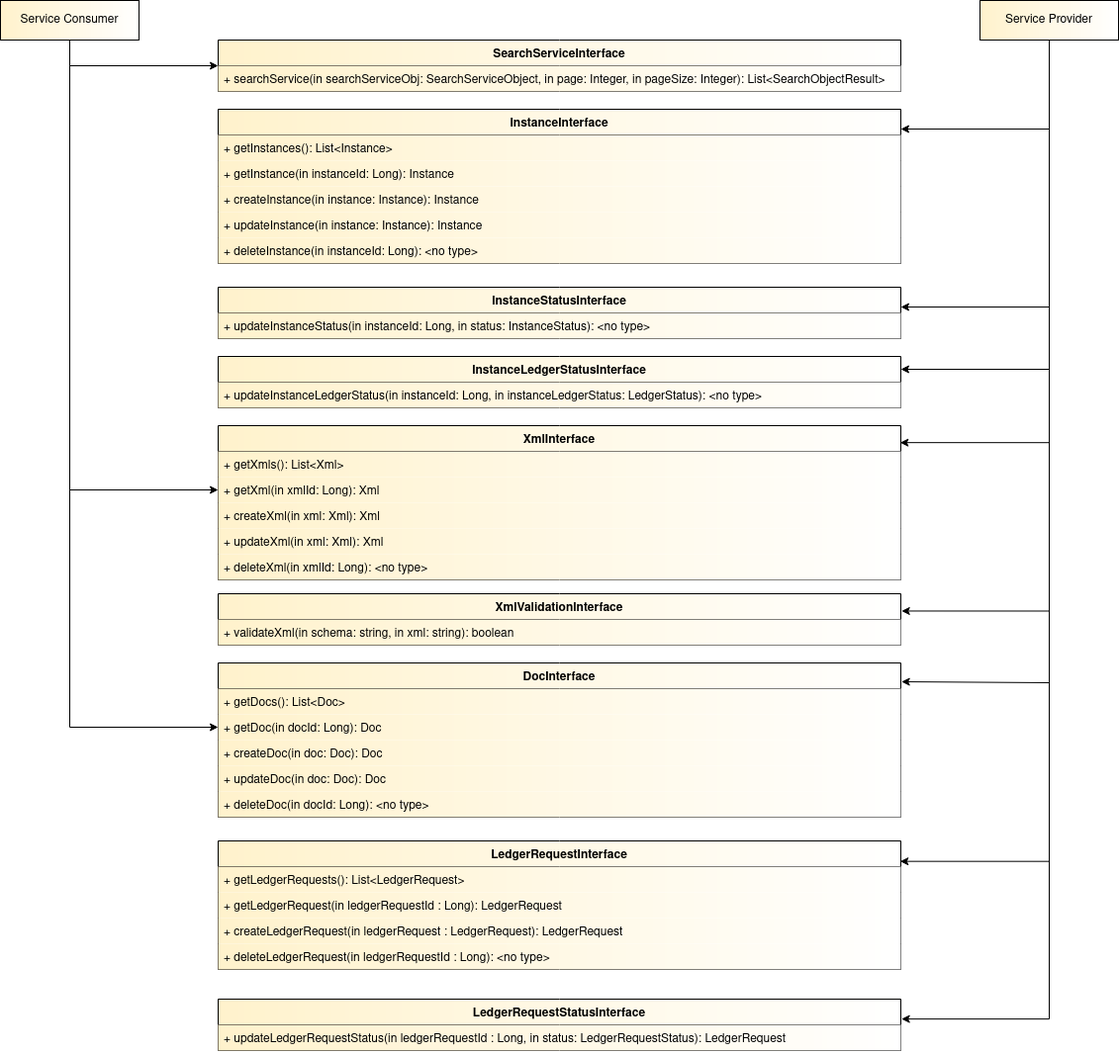
This is materials/interfacedefinitions.png from maritimeconnectivity/g1128-msr-service-specification, a draw.io export, as it was before one commit. Source tidied: cells renumbered, new cells last; positions are measured from the earlier drawing's top-left corner, leaving out a move shared by most shapes. Source of this version:
```xml
<mxGraphModel>
  <root>
    <mxCell id="0" />
    <mxCell id="1" parent="0" />
    <mxCell id="2" value="InstanceInterface" style="swimlane;fontStyle=1;align=center;verticalAlign=top;horizontal=1;startSize=26;rounded=0;glass=0;fillColor=#fff2cc;gradientDirection=east;strokeColor=#000000;gradientColor=#ffffff;" parent="1" vertex="1">
      <mxGeometry x="220" y="110" width="690" height="156" as="geometry" />
    </mxCell>
    <mxCell id="3" value="+ getInstances(): List&lt;Instance&gt;" style="text;strokeColor=none;fillColor=#fff2cc;align=left;verticalAlign=top;spacingLeft=4;spacingRight=4;overflow=hidden;rounded=0;glass=0;gradientColor=#ffffff;gradientDirection=east;strokeWidth=1;" parent="2" vertex="1">
      <mxGeometry y="26" width="690" height="26" as="geometry" />
    </mxCell>
    <mxCell id="4" value="+ getInstance(in instanceId: Long): Instance" style="text;strokeColor=none;fillColor=#fff2cc;align=left;verticalAlign=top;spacingLeft=4;spacingRight=4;overflow=hidden;rounded=0;glass=0;gradientColor=#ffffff;gradientDirection=east;strokeWidth=1;" parent="2" vertex="1">
      <mxGeometry y="52" width="690" height="26" as="geometry" />
    </mxCell>
    <mxCell id="5" value="+ createInstance(in instance: Instance): Instance" style="text;strokeColor=none;fillColor=#fff2cc;align=left;verticalAlign=top;spacingLeft=4;spacingRight=4;overflow=hidden;rounded=0;glass=0;gradientColor=#ffffff;gradientDirection=east;strokeWidth=1;" parent="2" vertex="1">
      <mxGeometry y="78" width="690" height="26" as="geometry" />
    </mxCell>
    <mxCell id="6" value="+ updateInstance(in instance: Instance): Instance" style="text;strokeColor=none;fillColor=#fff2cc;align=left;verticalAlign=top;spacingLeft=4;spacingRight=4;overflow=hidden;rounded=0;glass=0;gradientColor=#ffffff;gradientDirection=east;strokeWidth=1;" parent="2" vertex="1">
      <mxGeometry y="104" width="690" height="26" as="geometry" />
    </mxCell>
    <mxCell id="7" value="+ deleteInstance(in instanceId: Long): &lt;no type&gt;&#10;" style="text;strokeColor=none;fillColor=#fff2cc;align=left;verticalAlign=top;spacingLeft=4;spacingRight=4;overflow=hidden;rounded=0;glass=0;gradientColor=#ffffff;gradientDirection=east;strokeWidth=1;" parent="2" vertex="1">
      <mxGeometry y="130" width="690" height="26" as="geometry" />
    </mxCell>
    <mxCell id="8" value="DocInterface" style="swimlane;fontStyle=1;align=center;verticalAlign=top;horizontal=1;startSize=26;rounded=0;glass=0;fillColor=#fff2cc;gradientDirection=east;strokeColor=#000000;gradientColor=#ffffff;" parent="1" vertex="1">
      <mxGeometry x="220" y="670" width="690" height="156" as="geometry" />
    </mxCell>
    <mxCell id="9" value="+ getDocs(): List&lt;Doc&gt;" style="text;strokeColor=none;fillColor=#fff2cc;align=left;verticalAlign=top;spacingLeft=4;spacingRight=4;overflow=hidden;rounded=0;glass=0;gradientColor=#ffffff;gradientDirection=east;strokeWidth=1;" parent="8" vertex="1">
      <mxGeometry y="26" width="690" height="26" as="geometry" />
    </mxCell>
    <mxCell id="10" value="+ getDoc(in docId: Long): Doc" style="text;strokeColor=none;fillColor=#fff2cc;align=left;verticalAlign=top;spacingLeft=4;spacingRight=4;overflow=hidden;points=[[0,0.5],[1,0.5]];portConstraint=eastwest;rounded=0;glass=0;gradientColor=#ffffff;gradientDirection=east;strokeWidth=1;" parent="8" vertex="1">
      <mxGeometry y="52" width="690" height="26" as="geometry" />
    </mxCell>
    <mxCell id="11" value="+ createDoc(in doc: Doc): Doc" style="text;strokeColor=none;fillColor=#fff2cc;align=left;verticalAlign=top;spacingLeft=4;spacingRight=4;overflow=hidden;rounded=0;glass=0;gradientColor=#ffffff;gradientDirection=east;strokeWidth=1;" parent="8" vertex="1">
      <mxGeometry y="78" width="690" height="26" as="geometry" />
    </mxCell>
    <mxCell id="12" value="+ updateDoc(in doc: Doc): Doc" style="text;strokeColor=none;fillColor=#fff2cc;align=left;verticalAlign=top;spacingLeft=4;spacingRight=4;overflow=hidden;rounded=0;glass=0;gradientColor=#ffffff;gradientDirection=east;strokeWidth=1;" parent="8" vertex="1">
      <mxGeometry y="104" width="690" height="26" as="geometry" />
    </mxCell>
    <mxCell id="13" value="+ deleteDoc(in docId: Long): &lt;no type&gt;&#10;" style="text;strokeColor=none;fillColor=#fff2cc;align=left;verticalAlign=top;spacingLeft=4;spacingRight=4;overflow=hidden;rounded=0;glass=0;gradientColor=#ffffff;gradientDirection=east;strokeWidth=1;" parent="8" vertex="1">
      <mxGeometry y="130" width="690" height="26" as="geometry" />
    </mxCell>
    <mxCell id="14" value="XmlInterface" style="swimlane;fontStyle=1;align=center;verticalAlign=top;horizontal=1;startSize=26;rounded=0;glass=0;fillColor=#fff2cc;gradientDirection=east;strokeColor=#000000;gradientColor=#ffffff;" parent="1" vertex="1">
      <mxGeometry x="220" y="430" width="690" height="156" as="geometry" />
    </mxCell>
    <mxCell id="15" value="+ getXmls(): List&lt;Xml&gt;" style="text;strokeColor=none;fillColor=#fff2cc;align=left;verticalAlign=top;spacingLeft=4;spacingRight=4;overflow=hidden;rounded=0;glass=0;gradientColor=#ffffff;gradientDirection=east;strokeWidth=1;" parent="14" vertex="1">
      <mxGeometry y="26" width="690" height="26" as="geometry" />
    </mxCell>
    <mxCell id="16" value="+ getXml(in xmlId: Long): Xml" style="text;strokeColor=none;fillColor=#fff2cc;align=left;verticalAlign=top;spacingLeft=4;spacingRight=4;overflow=hidden;points=[[0,0.5],[1,0.5]];portConstraint=eastwest;rounded=0;glass=0;gradientColor=#ffffff;gradientDirection=east;strokeWidth=1;" parent="14" vertex="1">
      <mxGeometry y="52" width="690" height="26" as="geometry" />
    </mxCell>
    <mxCell id="17" value="+ createXml(in xml: Xml): Xml" style="text;strokeColor=none;fillColor=#fff2cc;align=left;verticalAlign=top;spacingLeft=4;spacingRight=4;overflow=hidden;rounded=0;glass=0;gradientColor=#ffffff;gradientDirection=east;strokeWidth=1;" parent="14" vertex="1">
      <mxGeometry y="78" width="690" height="26" as="geometry" />
    </mxCell>
    <mxCell id="18" value="+ updateXml(in xml: Xml): Xml" style="text;strokeColor=none;fillColor=#fff2cc;align=left;verticalAlign=top;spacingLeft=4;spacingRight=4;overflow=hidden;rounded=0;glass=0;gradientColor=#ffffff;gradientDirection=east;strokeWidth=1;" parent="14" vertex="1">
      <mxGeometry y="104" width="690" height="26" as="geometry" />
    </mxCell>
    <mxCell id="19" value="+ deleteXml(in xmlId: Long): &lt;no type&gt;&#10;" style="text;strokeColor=none;fillColor=#fff2cc;align=left;verticalAlign=top;spacingLeft=4;spacingRight=4;overflow=hidden;rounded=0;glass=0;gradientColor=#ffffff;gradientDirection=east;strokeWidth=1;" parent="14" vertex="1">
      <mxGeometry y="130" width="690" height="26" as="geometry" />
    </mxCell>
    <mxCell id="20" value="SearchServiceInterface" style="swimlane;fontStyle=1;align=center;verticalAlign=top;horizontal=1;startSize=26;rounded=0;glass=0;fillColor=#fff2cc;gradientDirection=east;strokeColor=#000000;gradientColor=#ffffff;" parent="1" vertex="1">
      <mxGeometry x="220" y="40" width="690" height="52" as="geometry" />
    </mxCell>
    <mxCell id="21" value="+ searchService(in searchServiceObj: SearchServiceObject, in page: Integer, in pageSize: Integer): List&lt;SearchObjectResult&gt;" style="text;strokeColor=none;fillColor=#fff2cc;align=left;verticalAlign=top;spacingLeft=4;spacingRight=4;overflow=hidden;rounded=0;glass=0;gradientColor=#ffffff;gradientDirection=east;strokeWidth=1;" parent="20" vertex="1">
      <mxGeometry y="26" width="690" height="26" as="geometry" />
    </mxCell>
    <mxCell id="22" style="edgeStyle=orthogonalEdgeStyle;rounded=0;jettySize=auto;html=1;exitX=0.5;exitY=1;exitDx=0;exitDy=0;" parent="1" edge="1" source="30">
      <mxGeometry relative="1" as="geometry">
        <mxPoint x="910" y="130" as="targetPoint" />
        <Array as="points">
          <mxPoint x="1060" y="130" />
        </Array>
      </mxGeometry>
    </mxCell>
    <mxCell id="23" style="edgeStyle=orthogonalEdgeStyle;rounded=0;jettySize=auto;html=1;exitX=0.5;exitY=1;exitDx=0;exitDy=0;entryX=0.999;entryY=0.11;entryDx=0;entryDy=0;entryPerimeter=0;" parent="1" edge="1" source="30" target="14">
      <mxGeometry relative="1" as="geometry" />
    </mxCell>
    <mxCell id="24" style="edgeStyle=orthogonalEdgeStyle;rounded=0;jettySize=auto;html=1;entryX=1.001;entryY=0.122;entryDx=0;entryDy=0;exitX=0.5;exitY=1;exitDx=0;exitDy=0;entryPerimeter=0;" parent="1" edge="1" source="30" target="8">
      <mxGeometry relative="1" as="geometry">
        <Array as="points">
          <mxPoint x="1060" y="690" />
        </Array>
      </mxGeometry>
    </mxCell>
    <mxCell id="25" style="edgeStyle=orthogonalEdgeStyle;rounded=0;jettySize=auto;html=1;entryX=0.999;entryY=0.159;entryDx=0;entryDy=0;exitX=0.5;exitY=1;exitDx=0;exitDy=0;entryPerimeter=0;" parent="1" edge="1" source="30" target="35">
      <mxGeometry relative="1" as="geometry">
        <Array as="points">
          <mxPoint x="1060" y="871" />
        </Array>
      </mxGeometry>
    </mxCell>
    <mxCell id="26" style="edgeStyle=orthogonalEdgeStyle;rounded=0;jettySize=auto;html=1;" parent="1" edge="1" source="30">
      <mxGeometry relative="1" as="geometry">
        <mxPoint x="910" y="310" as="targetPoint" />
        <Array as="points">
          <mxPoint x="1060" y="310" />
          <mxPoint x="910" y="310" />
        </Array>
      </mxGeometry>
    </mxCell>
    <mxCell id="27" style="edgeStyle=orthogonalEdgeStyle;rounded=0;jettySize=auto;html=1;entryX=1;entryY=0.25;entryDx=0;entryDy=0;" parent="1" edge="1" source="30" target="44">
      <mxGeometry relative="1" as="geometry">
        <Array as="points">
          <mxPoint x="1060" y="373" />
        </Array>
      </mxGeometry>
    </mxCell>
    <mxCell id="28" style="edgeStyle=orthogonalEdgeStyle;rounded=0;jettySize=auto;html=1;entryX=1.001;entryY=0.387;entryDx=0;entryDy=0;entryPerimeter=0;" parent="1" edge="1" source="30" target="40">
      <mxGeometry relative="1" as="geometry">
        <Array as="points">
          <mxPoint x="1060" y="1030" />
        </Array>
      </mxGeometry>
    </mxCell>
    <mxCell id="29" style="edgeStyle=orthogonalEdgeStyle;rounded=0;jettySize=auto;html=1;entryX=1.001;entryY=0.336;entryDx=0;entryDy=0;exitX=0.5;exitY=1;exitDx=0;exitDy=0;entryPerimeter=0;" parent="1" edge="1" source="30" target="46">
      <mxGeometry relative="1" as="geometry" />
    </mxCell>
    <mxCell id="30" value="&lt;div&gt;Service Provider&lt;/div&gt;" style="rounded=0;whiteSpace=wrap;html=1;glass=0;strokeColor=#000000;strokeWidth=1;fillColor=#fff2cc;gradientDirection=east;gradientColor=#ffffff;" parent="1" vertex="1">
      <mxGeometry x="990" width="140" height="40" as="geometry" />
    </mxCell>
    <mxCell id="31" style="edgeStyle=orthogonalEdgeStyle;rounded=0;jettySize=auto;html=1;entryX=0;entryY=0.5;entryDx=0;entryDy=0;exitX=0.5;exitY=1;exitDx=0;exitDy=0;" parent="1" edge="1" source="34" target="20">
      <mxGeometry relative="1" as="geometry">
        <Array as="points">
          <mxPoint x="70" y="66" />
        </Array>
      </mxGeometry>
    </mxCell>
    <mxCell id="32" style="edgeStyle=orthogonalEdgeStyle;rounded=0;jettySize=auto;html=1;entryX=0;entryY=0.5;entryDx=0;entryDy=0;" parent="1" edge="1" source="34" target="16">
      <mxGeometry relative="1" as="geometry" />
    </mxCell>
    <mxCell id="33" style="edgeStyle=orthogonalEdgeStyle;rounded=0;jettySize=auto;html=1;entryX=0;entryY=0.5;entryDx=0;entryDy=0;exitX=0.5;exitY=1;exitDx=0;exitDy=0;" parent="1" edge="1" source="34" target="10">
      <mxGeometry relative="1" as="geometry" />
    </mxCell>
    <mxCell id="34" value="&lt;div&gt;Service Consumer&lt;/div&gt;" style="rounded=0;whiteSpace=wrap;html=1;glass=0;strokeColor=#000000;strokeWidth=1;fillColor=#fff2cc;gradientDirection=east;gradientColor=#ffffff;" parent="1" vertex="1">
      <mxGeometry width="140" height="40" as="geometry" />
    </mxCell>
    <mxCell id="35" value="LedgerRequestInterface" style="swimlane;fontStyle=1;align=center;verticalAlign=top;horizontal=1;startSize=26;rounded=0;glass=0;fillColor=#fff2cc;gradientDirection=east;strokeColor=#000000;gradientColor=#ffffff;" parent="1" vertex="1">
      <mxGeometry x="220" y="850" width="690" height="130" as="geometry" />
    </mxCell>
    <mxCell id="36" value="+ getLedgerRequests(): List&lt;LedgerRequest&gt;" style="text;strokeColor=none;fillColor=#fff2cc;align=left;verticalAlign=top;spacingLeft=4;spacingRight=4;overflow=hidden;rounded=0;glass=0;gradientColor=#ffffff;gradientDirection=east;strokeWidth=1;" parent="35" vertex="1">
      <mxGeometry y="26" width="690" height="26" as="geometry" />
    </mxCell>
    <mxCell id="37" value="+ getLedgerRequest(in ledgerRequestId : Long): LedgerRequest " style="text;strokeColor=none;fillColor=#fff2cc;align=left;verticalAlign=top;spacingLeft=4;spacingRight=4;overflow=hidden;rounded=0;glass=0;gradientColor=#ffffff;gradientDirection=east;strokeWidth=1;" parent="35" vertex="1">
      <mxGeometry y="52" width="690" height="26" as="geometry" />
    </mxCell>
    <mxCell id="38" value="+ createLedgerRequest(in ledgerRequest : LedgerRequest): LedgerRequest" style="text;strokeColor=none;fillColor=#fff2cc;align=left;verticalAlign=top;spacingLeft=4;spacingRight=4;overflow=hidden;rounded=0;glass=0;gradientColor=#ffffff;gradientDirection=east;strokeWidth=1;" parent="35" vertex="1">
      <mxGeometry y="78" width="690" height="26" as="geometry" />
    </mxCell>
    <mxCell id="39" value="+ deleteLedgerRequest(in ledgerRequestId : Long): &lt;no type&gt;&#10;" style="text;strokeColor=none;fillColor=#fff2cc;align=left;verticalAlign=top;spacingLeft=4;spacingRight=4;overflow=hidden;rounded=0;glass=0;gradientColor=#ffffff;gradientDirection=east;strokeWidth=1;" parent="35" vertex="1">
      <mxGeometry y="104" width="690" height="26" as="geometry" />
    </mxCell>
    <mxCell id="40" value="LedgerRequestStatusInterface" style="swimlane;fontStyle=1;align=center;verticalAlign=top;horizontal=1;startSize=26;rounded=0;glass=0;fillColor=#fff2cc;gradientDirection=east;strokeColor=#000000;gradientColor=#ffffff;" parent="1" vertex="1">
      <mxGeometry x="220" y="1010" width="690" height="52" as="geometry" />
    </mxCell>
    <mxCell id="41" value="+ updateLedgerRequestStatus(in ledgerRequestId : Long, in status: LedgerRequestStatus): LedgerRequest" style="text;strokeColor=none;fillColor=#fff2cc;align=left;verticalAlign=top;spacingLeft=4;spacingRight=4;overflow=hidden;rounded=0;glass=0;gradientColor=#ffffff;gradientDirection=east;strokeWidth=1;" parent="40" vertex="1">
      <mxGeometry y="26" width="690" height="26" as="geometry" />
    </mxCell>
    <mxCell id="42" value="InstanceStatusInterface" style="swimlane;fontStyle=1;align=center;verticalAlign=top;horizontal=1;startSize=26;rounded=0;glass=0;fillColor=#fff2cc;gradientDirection=east;strokeColor=#000000;gradientColor=#ffffff;" parent="1" vertex="1">
      <mxGeometry x="220" y="290" width="690" height="52" as="geometry" />
    </mxCell>
    <mxCell id="43" value="+ updateInstanceStatus(in instanceId: Long, in status: InstanceStatus): &lt;no type&gt;&#10;" style="text;strokeColor=none;fillColor=#fff2cc;align=left;verticalAlign=top;spacingLeft=4;spacingRight=4;overflow=hidden;rounded=0;glass=0;gradientColor=#ffffff;gradientDirection=east;strokeWidth=1;" parent="42" vertex="1">
      <mxGeometry y="26" width="690" height="26" as="geometry" />
    </mxCell>
    <mxCell id="44" value="InstanceLedgerStatusInterface" style="swimlane;fontStyle=1;align=center;verticalAlign=top;horizontal=1;startSize=26;rounded=0;glass=0;fillColor=#fff2cc;gradientDirection=east;strokeColor=#000000;gradientColor=#ffffff;" parent="1" vertex="1">
      <mxGeometry x="220" y="360" width="690" height="52" as="geometry" />
    </mxCell>
    <mxCell id="45" value="+ updateInstanceLedgerStatus(in instanceId: Long, in instanceLedgerStatus: LedgerStatus): &lt;no type&gt;&#10;" style="text;strokeColor=none;fillColor=#fff2cc;align=left;verticalAlign=top;spacingLeft=4;spacingRight=4;overflow=hidden;rounded=0;glass=0;gradientColor=#ffffff;gradientDirection=east;strokeWidth=1;" parent="44" vertex="1">
      <mxGeometry y="26" width="690" height="26" as="geometry" />
    </mxCell>
    <mxCell id="46" value="XmlValidationInterface" style="swimlane;fontStyle=1;align=center;verticalAlign=top;horizontal=1;startSize=26;rounded=0;glass=0;fillColor=#fff2cc;gradientDirection=east;strokeColor=#000000;gradientColor=#ffffff;" parent="1" vertex="1">
      <mxGeometry x="220" y="600" width="690" height="52" as="geometry" />
    </mxCell>
    <mxCell id="47" value="+ validateXml(in schema: string, in xml: string): boolean&#10;&#10;" style="text;strokeColor=none;fillColor=#fff2cc;align=left;verticalAlign=top;spacingLeft=4;spacingRight=4;overflow=hidden;rounded=0;glass=0;gradientColor=#ffffff;gradientDirection=east;strokeWidth=1;" parent="46" vertex="1">
      <mxGeometry y="26" width="690" height="26" as="geometry" />
    </mxCell>
  </root>
</mxGraphModel>
```
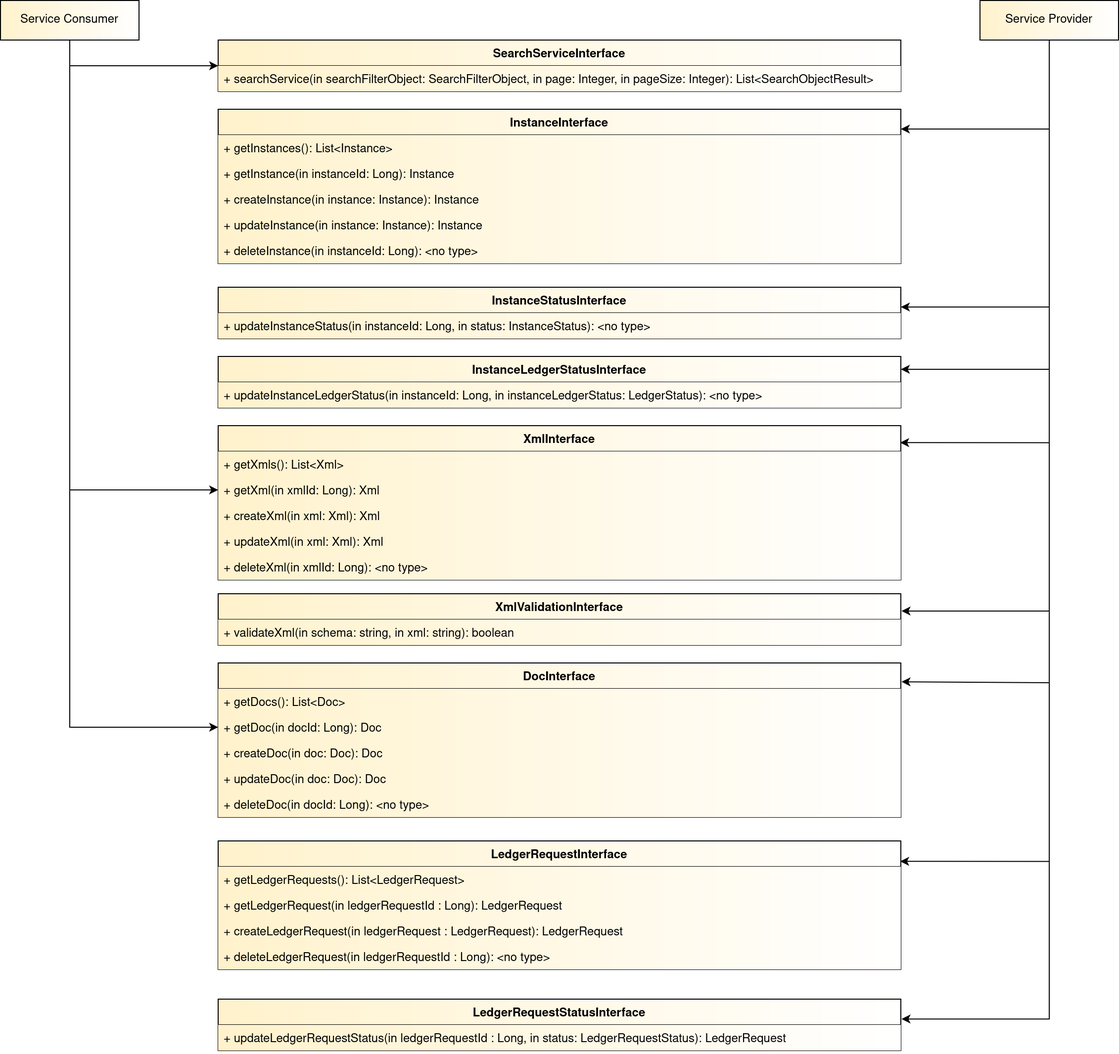
Later version of the same file.

Commit message:
Beginning to work on the interface definitions

What changed in the source:
```diff
@@ -59,7 +59,7 @@
     <mxCell id="20" value="SearchServiceInterface" style="swimlane;fontStyle=1;align=center;verticalAlign=top;horizontal=1;startSize=26;rounded=0;glass=0;fillColor=#fff2cc;gradientDirection=east;strokeColor=#000000;gradientColor=#ffffff;" parent="1" vertex="1">
       <mxGeometry x="220" y="40" width="690" height="52" as="geometry" />
     </mxCell>
-    <mxCell id="21" value="+ searchService(in searchServiceObj: SearchServiceObject, in page: Integer, in pageSize: Integer): List&lt;SearchObjectResult&gt;" style="text;strokeColor=none;fillColor=#fff2cc;align=left;verticalAlign=top;spacingLeft=4;spacingRight=4;overflow=hidden;rounded=0;glass=0;gradientColor=#ffffff;gradientDirection=east;strokeWidth=1;" parent="20" vertex="1">
+    <mxCell id="21" value="+ searchService(in searchFilterObject: SearchFilterObject, in page: Integer, in pageSize: Integer): List&lt;SearchObjectResult&gt;" style="text;strokeColor=none;fillColor=#fff2cc;align=left;verticalAlign=top;spacingLeft=4;spacingRight=4;overflow=hidden;rounded=0;glass=0;gradientColor=#ffffff;gradientDirection=east;strokeWidth=1;" parent="20" vertex="1">
       <mxGeometry y="26" width="690" height="26" as="geometry" />
     </mxCell>
     <mxCell id="22" style="edgeStyle=orthogonalEdgeStyle;rounded=0;jettySize=auto;html=1;exitX=0.5;exitY=1;exitDx=0;exitDy=0;" parent="1" edge="1" source="30">
```
